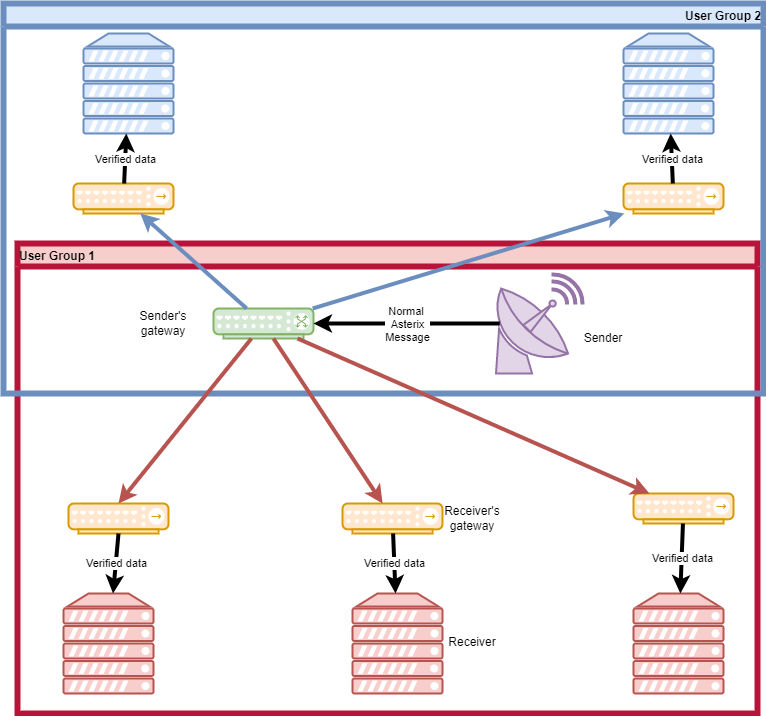
The draw.io diagram schema/Topo.drawio.png in KirrimK/ASTERIX_cat0_sec_layer, before a commit. Source tidied: cells renumbered, new cells last; positions are measured from the earlier drawing's top-left corner, leaving out a move shared by most shapes.
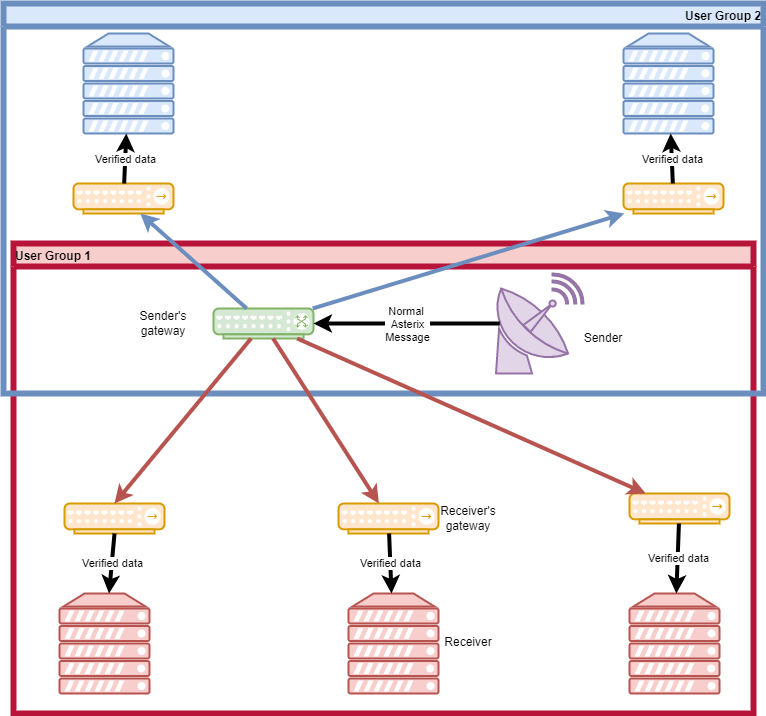
The same file after the commit.

Diff of the diagram source:
```diff
@@ -1,4 +1,4 @@
-<mxGraphModel>
+<mxGraphModel background="#FFFFFF">
   <root>
     <mxCell id="0" />
     <mxCell id="1" parent="0" />
@@ -30,7 +30,7 @@
       <mxGeometry x="616" y="350" width="90" height="100" as="geometry" />
     </mxCell>
     <mxCell id="11" value="User Group 2" style="swimlane;strokeColor=#6c8ebf;strokeWidth=6;fillColor=#dae8fc;align=right;" parent="1" vertex="1">
-      <mxGeometry width="760" height="390" as="geometry" />
+      <mxGeometry x="4" width="760" height="390" as="geometry" />
     </mxCell>
     <mxCell id="12" style="verticalAlign=top;verticalLabelPosition=bottom;labelPosition=center;align=center;html=1;outlineConnect=0;fillColor=#d5e8d4;strokeColor=#82b366;gradientDirection=north;strokeWidth=2;shape=mxgraph.networks.switch;" parent="11" vertex="1">
       <mxGeometry x="210" y="305" width="100" height="30" as="geometry" />
```
